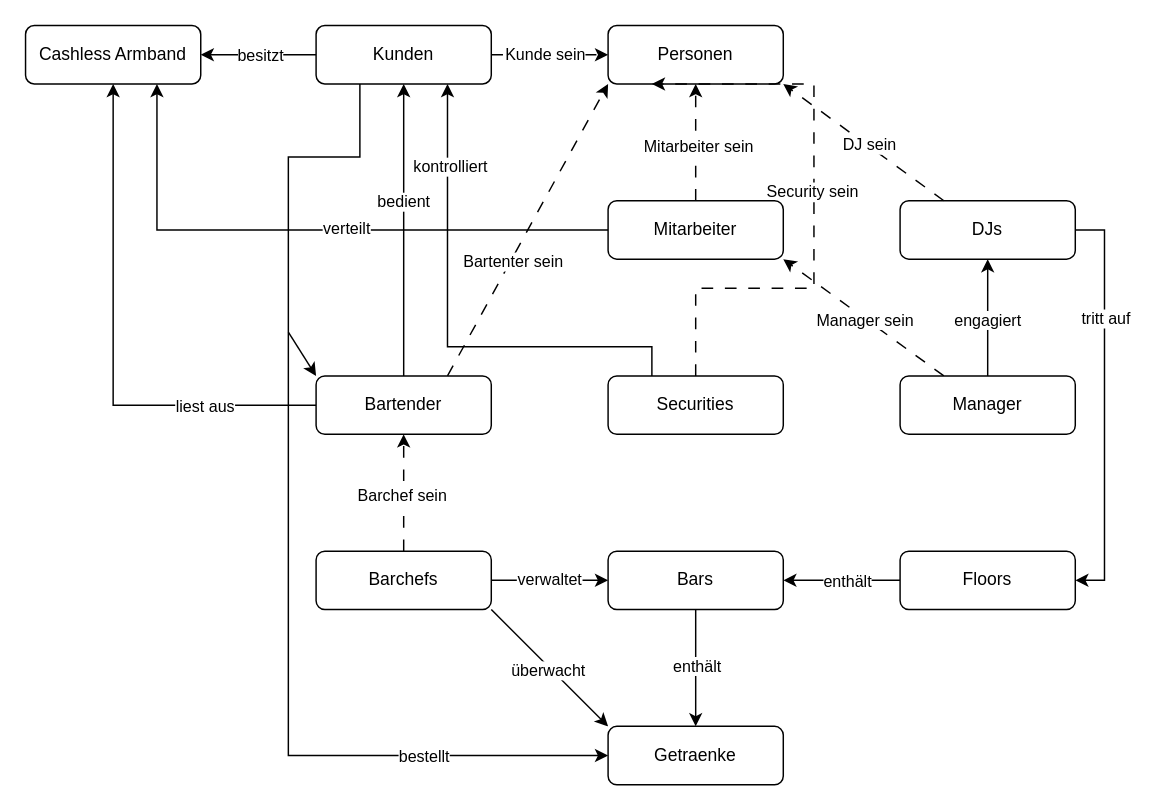
Before: DBSkizze1.drawio in tobiasenger/zeichnungen, a draw.io diagram. Source tidied: cells renumbered, new cells numbered last; positions are measured from the earlier drawing's top-left corner, leaving out a move shared by most shapes. Both pictures are drawn from the tidied source at 146%, with x=0, y=0 at pixel (25, 25).
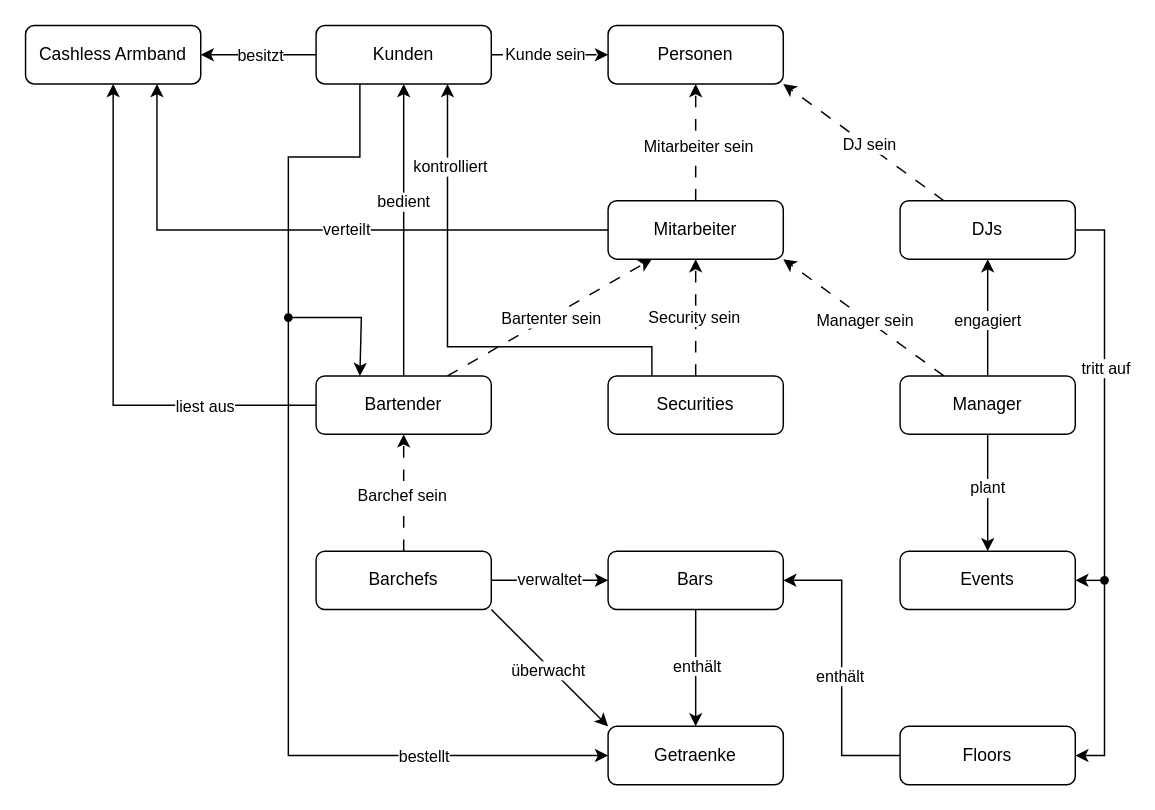
After the change.

The change refers to these unchanged cells:
```xml
<mxCell id="2" value="Personen" style="rounded=1;whiteSpace=wrap;html=1;" parent="1" vertex="1">
  <mxGeometry x="399" width="120" height="40" as="geometry" />
</mxCell>
<mxCell id="14" value="Manager" style="rounded=1;whiteSpace=wrap;html=1;" parent="1" vertex="1">
  <mxGeometry x="599" y="240" width="120" height="40" as="geometry" />
</mxCell>
<mxCell id="19" value="Securities" style="rounded=1;whiteSpace=wrap;html=1;" parent="1" vertex="1">
  <mxGeometry x="399" y="240" width="120" height="40" as="geometry" />
</mxCell>
<mxCell id="22" style="edgeStyle=orthogonalEdgeStyle;rounded=0;jettySize=auto;html=1;exitX=0;exitY=0.5;exitDx=0;exitDy=0;entryX=0.75;entryY=1;entryDx=0;entryDy=0;" parent="1" edge="1" source="24" target="50">
  <mxGeometry relative="1" as="geometry">
    <Array as="points">
      <mxPoint x="90" y="140" />
    </Array>
  </mxGeometry>
</mxCell>
<mxCell id="24" value="Mitarbeiter" style="rounded=1;whiteSpace=wrap;html=1;" parent="1" vertex="1">
  <mxGeometry x="399" y="120" width="120" height="40" as="geometry" />
</mxCell>
<mxCell id="47" value="Bartender" style="rounded=1;whiteSpace=wrap;html=1;" parent="1" vertex="1">
  <mxGeometry x="199" y="240" width="120" height="40" as="geometry" />
</mxCell>
```

The edit, as a diff of the source:
```diff
@@
+    <mxCell id="54" style="edgeStyle=orthogonalEdgeStyle;rounded=0;jettySize=auto;html=1;exitX=0.5;exitY=1;exitDx=0;exitDy=0;entryX=0.5;entryY=0;entryDx=0;entryDy=0;" parent="1" edge="1" source="14" target="56">
+      <mxGeometry relative="1" as="geometry" />
+    </mxCell>
+    <mxCell id="55" value="plant" style="edgeLabel;html=1;align=center;verticalAlign=middle;" parent="54" vertex="1">
+      <mxGeometry x="-0.1" y="-1" relative="1" as="geometry" />
+    </mxCell>
@@
-    <mxCell id="15" style="edgeStyle=orthogonalEdgeStyle;rounded=0;jettySize=auto;html=1;exitX=0.5;exitY=0;exitDx=0;exitDy=0;entryX=0.25;entryY=1;entryDx=0;entryDy=0;dashed=1;dashPattern=8 8;strokeWidth=1;" parent="1" edge="1" source="19" target="2">
+    <mxCell id="15" style="edgeStyle=orthogonalEdgeStyle;rounded=0;jettySize=auto;html=1;exitX=0.5;exitY=0;exitDx=0;exitDy=0;entryX=0.5;entryY=1;entryDx=0;entryDy=0;dashed=1;dashPattern=8 8;strokeWidth=1;" parent="1" edge="1" source="19" target="24">
       <mxGeometry relative="1" as="geometry">
         <Array as="points">
-          <mxPoint x="459" y="180" />
-          <mxPoint x="540" y="180" />
-          <mxPoint x="540" y="40" />
+          <mxPoint x="459" y="200" />
+          <mxPoint x="459" y="200" />
         </Array>
       </mxGeometry>
     </mxCell>
@@
     <mxCell id="23" value="verteilt" style="edgeLabel;html=1;align=center;verticalAlign=middle;" parent="22" vertex="1">
       <mxGeometry x="0.41" y="1" relative="1" as="geometry">
-        <mxPoint x="108" y="-3" as="offset" />
+        <mxPoint x="108" y="-2" as="offset" />
       </mxGeometry>
     </mxCell>
@@
     <mxCell id="31" value="Floors" style="rounded=1;whiteSpace=wrap;html=1;" parent="1" vertex="1">
-      <mxGeometry x="599" y="360" width="120" height="40" as="geometry" />
+      <mxGeometry x="599" y="480" width="120" height="40" as="geometry" />
     </mxCell>
@@
-    <mxCell id="48" style="rounded=0;jettySize=auto;html=1;exitX=0.75;exitY=0;exitDx=0;exitDy=0;entryX=0;entryY=1;entryDx=0;entryDy=0;dashed=1;dashPattern=8 8;strokeWidth=1;" parent="1" edge="1" source="47" target="2">
+    <mxCell id="48" style="rounded=0;jettySize=auto;html=1;exitX=0.75;exitY=0;exitDx=0;exitDy=0;entryX=0.25;entryY=1;entryDx=0;entryDy=0;dashed=1;dashPattern=8 8;strokeWidth=1;" parent="1" edge="1" source="47" target="24">
       <mxGeometry relative="1" as="geometry" />
     </mxCell>
     <mxCell id="49" value="Bartenter sein" style="edgeLabel;html=1;align=center;verticalAlign=middle;" parent="48" vertex="1">
       <mxGeometry x="-0.01" y="-1" relative="1" as="geometry">
-        <mxPoint x="-11" y="20" as="offset" />
+        <mxPoint x="1" y="-1" as="offset" />
       </mxGeometry>
     </mxCell>
@@
-    <mxCell id="53" style="endArrow=classic;html=1;rounded=0;entryX=0;entryY=0;entryDx=0;entryDy=0;" parent="1" edge="1" target="47">
+    <mxCell id="53" style="endArrow=classic;html=1;rounded=0;entryX=0.25;entryY=0;entryDx=0;entryDy=0;" parent="1" edge="1" target="47">
       <mxGeometry relative="1" as="geometry">
-        <mxPoint x="180" y="210" as="sourcePoint" />
+        <mxPoint x="180" y="200" as="sourcePoint" />
+        <Array as="points">
+          <mxPoint x="230" y="200" />
+        </Array>
       </mxGeometry>
     </mxCell>
+    <mxCell id="56" value="Events" style="rounded=1;whiteSpace=wrap;html=1;" parent="1" vertex="1">
+      <mxGeometry x="599" y="360" width="120" height="40" as="geometry" />
+    </mxCell>
+    <mxCell id="57" style="endArrow=classic;html=1;rounded=0;entryX=1;entryY=0.5;entryDx=0;entryDy=0;" parent="1" edge="1" target="56">
+      <mxGeometry relative="1" as="geometry">
+        <mxPoint x="740" y="380" as="sourcePoint" />
+      </mxGeometry>
+    </mxCell>
+    <mxCell id="58" style="shape=waypoint;sketch=0;fillStyle=solid;size=6;fillColor=none;perimeter=centerPerimeter;" parent="1" vertex="1">
+      <mxGeometry x="729" y="370" width="20" height="20" as="geometry" />
+    </mxCell>
+    <mxCell id="59" style="shape=waypoint;sketch=0;fillStyle=solid;size=6;fillColor=none;perimeter=centerPerimeter;" parent="1" vertex="1">
+      <mxGeometry x="170" y="190" width="20" height="20" as="geometry" />
+    </mxCell>
```
